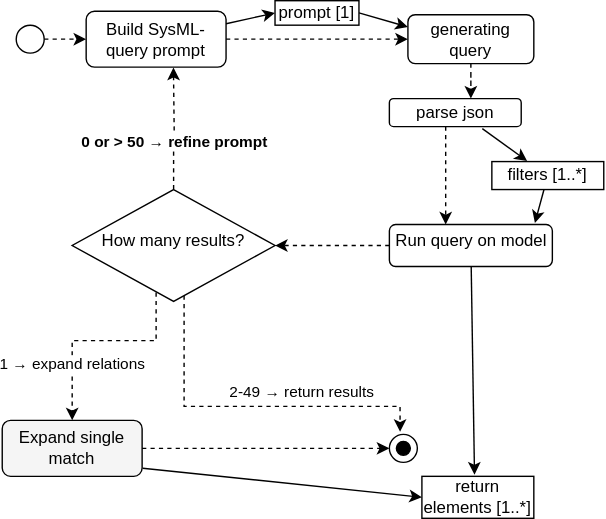
This is chatbot_workflow_diagrams/new/SZAKDOGA_FILTER.drawio.svg from ernyei13/TMT_chatbot_new, a draw.io export, as it was before one commit. Source tidied: cells renumbered, new cells last; positions are measured from the earlier drawing's top-left corner, leaving out a move shared by most shapes.
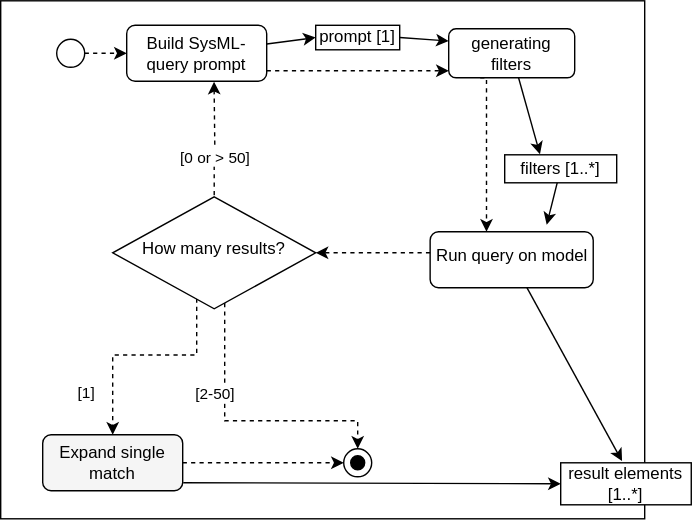
Later version of the same file.

What changed in the source:
```diff
@@ -2,11 +2,19 @@
   <root>
     <mxCell id="0" />
     <mxCell id="1" parent="0" />
+    <mxCell id="31" style="rounded=0;whiteSpace=wrap;html=1;fillColor=none;" parent="1" vertex="1">
+      <mxGeometry x="-30" y="-10" width="460" height="370" as="geometry" />
+    </mxCell>
     <mxCell id="2" style="rounded=0;jettySize=auto;html=1;entryX=0;entryY=0.5;entryDx=0;entryDy=0;exitX=1;exitY=0.5;exitDx=0;exitDy=0;dashed=1;" parent="1" edge="1" source="22" target="5">
       <mxGeometry relative="1" as="geometry" />
     </mxCell>
     <mxCell id="3" style="edgeStyle=orthogonalEdgeStyle;rounded=0;jettySize=auto;html=1;dashed=1;" parent="1" edge="1" source="5" target="6">
-      <mxGeometry relative="1" as="geometry" />
+      <mxGeometry relative="1" as="geometry">
+        <Array as="points">
+          <mxPoint x="220" y="40" />
+          <mxPoint x="220" y="40" />
+        </Array>
+      </mxGeometry>
     </mxCell>
     <mxCell id="4" style="rounded=0;jettySize=auto;html=1;entryX=0;entryY=0.5;entryDx=0;entryDy=0;" parent="1" edge="1" source="5" target="30">
       <mxGeometry relative="1" as="geometry" />
@@ -14,31 +22,32 @@
     <mxCell id="5" value="Build SysML-query prompt" style="rounded=1;whiteSpace=wrap;html=1;fillColor=none;" parent="1" vertex="1">
       <mxGeometry x="60" y="7.5" width="100" height="40" as="geometry" />
     </mxCell>
-    <mxCell id="6" value="generating query" style="rounded=1;whiteSpace=wrap;html=1;fillColor=none;" parent="1" vertex="1">
+    <mxCell id="6" value="generating filters" style="rounded=1;whiteSpace=wrap;html=1;fillColor=none;" parent="1" vertex="1">
       <mxGeometry x="290" y="10" width="90" height="35" as="geometry" />
     </mxCell>
-    <mxCell id="7" style="edgeStyle=orthogonalEdgeStyle;rounded=0;jettySize=auto;html=1;dashed=1;" parent="1" edge="1" source="9" target="11">
+    <mxCell id="7" style="edgeStyle=orthogonalEdgeStyle;rounded=0;jettySize=auto;html=1;dashed=1;exitX=0.25;exitY=1;exitDx=0;exitDy=0;" parent="1" edge="1" source="6" target="11">
       <mxGeometry relative="1" as="geometry">
         <Array as="points">
-          <mxPoint x="317" y="140" />
-          <mxPoint x="317" y="140" />
+          <mxPoint x="317" y="45" />
         </Array>
       </mxGeometry>
     </mxCell>
-    <mxCell id="8" style="rounded=0;jettySize=auto;html=1;entryX=0.315;entryY=-0.02;entryDx=0;entryDy=0;entryPerimeter=0;exitX=0.705;exitY=1.07;exitDx=0;exitDy=0;exitPerimeter=0;" parent="1" edge="1" source="9" target="23">
+    <mxCell id="8" style="rounded=0;jettySize=auto;html=1;entryX=0.315;entryY=-0.02;entryDx=0;entryDy=0;entryPerimeter=0;" parent="1" edge="1" source="6" target="23">
       <mxGeometry relative="1" as="geometry" />
     </mxCell>
-    <mxCell id="9" value="parse json" style="rounded=1;whiteSpace=wrap;html=1;fillColor=none;" parent="1" vertex="1">
-      <mxGeometry x="276.7" y="70" width="94.2" height="20" as="geometry" />
-    </mxCell>
     <mxCell id="10" style="rounded=0;jettySize=auto;html=1;entryX=0.47;entryY=-0.04;entryDx=0;entryDy=0;entryPerimeter=0;" parent="1" edge="1" source="11" target="25">
       <mxGeometry relative="1" as="geometry" />
     </mxCell>
     <mxCell id="11" value="&lt;table&gt;&lt;tbody&gt;&lt;tr&gt;&lt;td&gt;&lt;span&gt;Run query on model&lt;/span&gt;&lt;/td&gt;&lt;/tr&gt;&lt;/tbody&gt;&lt;/table&gt;&lt;table&gt;&lt;tbody&gt;&lt;tr&gt;&lt;td&gt;&lt;/td&gt;&lt;/tr&gt;&lt;/tbody&gt;&lt;/table&gt;" style="rounded=1;whiteSpace=wrap;html=1;fillColor=none;" parent="1" vertex="1">
-      <mxGeometry x="276.8" y="160" width="116.5" height="30" as="geometry" />
+      <mxGeometry x="276.7" y="155" width="116.5" height="40" as="geometry" />
     </mxCell>
     <mxCell id="12" style="edgeStyle=orthogonalEdgeStyle;rounded=0;jettySize=auto;html=1;entryX=1;entryY=0.5;entryDx=0;entryDy=0;dashed=1;" parent="1" edge="1" source="11" target="19">
-      <mxGeometry relative="1" as="geometry" />
+      <mxGeometry relative="1" as="geometry">
+        <Array as="points">
+          <mxPoint x="220" y="170" />
+          <mxPoint x="220" y="170" />
+        </Array>
+      </mxGeometry>
     </mxCell>
     <mxCell id="13" style="edgeStyle=orthogonalEdgeStyle;rounded=0;jettySize=auto;html=1;dashed=1;entryX=0.624;entryY=1.008;entryDx=0;entryDy=0;entryPerimeter=0;" parent="1" edge="1" target="5">
       <mxGeometry relative="1" as="geometry">
@@ -51,7 +60,7 @@
         </Array>
       </mxGeometry>
     </mxCell>
-    <mxCell id="14" value="&lt;strong&gt;0 or &amp;gt; 50 → refine prompt&lt;/strong&gt;" style="edgeLabel;html=1;align=center;verticalAlign=middle;" parent="13" vertex="1">
+    <mxCell id="14" value="&lt;span&gt;[0 or &amp;gt; 50]&lt;/span&gt;" style="edgeLabel;html=1;align=center;verticalAlign=middle;" parent="13" vertex="1">
       <mxGeometry x="-0.31" y="-4" relative="1" as="geometry">
         <mxPoint x="-4" y="-12" as="offset" />
       </mxGeometry>
@@ -65,26 +74,27 @@
         </Array>
       </mxGeometry>
     </mxCell>
-    <mxCell id="16" value="1 → expand relations" style="edgeLabel;html=1;align=center;verticalAlign=middle;" parent="15" vertex="1">
+    <mxCell id="16" value="[1]" style="edgeLabel;html=1;align=center;verticalAlign=middle;" parent="15" vertex="1">
       <mxGeometry x="0.35" relative="1" as="geometry">
-        <mxPoint y="11" as="offset" />
+        <mxPoint x="-20" y="21" as="offset" />
       </mxGeometry>
     </mxCell>
-    <mxCell id="17" style="edgeStyle=orthogonalEdgeStyle;rounded=0;jettySize=auto;html=1;dashed=1;entryX=0.383;entryY=-0.09;entryDx=0;entryDy=0;entryPerimeter=0;" parent="1" edge="1" source="19" target="27">
+    <mxCell id="17" style="edgeStyle=orthogonalEdgeStyle;rounded=0;jettySize=auto;html=1;dashed=1;entryX=0.5;entryY=0;entryDx=0;entryDy=0;entryPerimeter=0;" parent="1" edge="1" source="19" target="27">
       <mxGeometry relative="1" as="geometry">
         <Array as="points">
           <mxPoint x="130" y="290" />
-          <mxPoint x="284" y="290" />
+          <mxPoint x="225" y="290" />
+          <mxPoint x="225" y="310" />
         </Array>
       </mxGeometry>
     </mxCell>
-    <mxCell id="18" value="2-49 → return results" style="edgeLabel;html=1;align=center;verticalAlign=middle;" parent="17" vertex="1">
+    <mxCell id="18" value="[2-50]" style="edgeLabel;html=1;align=center;verticalAlign=middle;" parent="17" vertex="1">
       <mxGeometry x="0.22" relative="1" as="geometry">
-        <mxPoint x="9" y="-10" as="offset" />
+        <mxPoint x="-45" y="-20" as="offset" />
       </mxGeometry>
     </mxCell>
     <mxCell id="19" value="&lt;table&gt;&lt;tbody&gt;&lt;tr&gt;&lt;td&gt;How many results?&lt;table style=&quot;background-color: transparent; color: light-dark(rgb(0, 0, 0), rgb(255, 255, 255));&quot;&gt;&lt;tbody&gt;&lt;tr&gt;&lt;td&gt;&lt;/td&gt;&lt;/tr&gt;&lt;/tbody&gt;&lt;/table&gt;&lt;/td&gt;&lt;/tr&gt;&lt;/tbody&gt;&lt;/table&gt;" style="rhombus;whiteSpace=wrap;html=1;" parent="1" vertex="1">
-      <mxGeometry x="50" y="135" width="145" height="80" as="geometry" />
+      <mxGeometry x="50" y="130" width="145" height="80" as="geometry" />
     </mxCell>
     <mxCell id="20" style="rounded=0;jettySize=auto;html=1;entryX=0;entryY=0.5;entryDx=0;entryDy=0;exitX=1.004;exitY=0.855;exitDx=0;exitDy=0;exitPerimeter=0;" parent="1" edge="1" source="21" target="25">
       <mxGeometry relative="1" as="geometry" />
@@ -96,19 +106,18 @@
       <mxGeometry x="10" y="17.5" width="20" height="20" as="geometry" />
     </mxCell>
     <mxCell id="23" value="filters [1..*]" style="rounded=0;whiteSpace=wrap;html=1;" parent="1" vertex="1">
-      <mxGeometry x="350" y="115" width="80" height="20" as="geometry" />
+      <mxGeometry x="330" y="100" width="80" height="20" as="geometry" />
     </mxCell>
-    <mxCell id="24" style="rounded=0;jettySize=auto;html=1;entryX=0.893;entryY=-0.036;entryDx=0;entryDy=0;entryPerimeter=0;" parent="1" edge="1" source="23" target="11">
-      <mxGeometry relative="1" as="geometry" />
+    <mxCell id="24" style="rounded=0;jettySize=auto;html=1;" parent="1" edge="1" source="23">
+      <mxGeometry relative="1" as="geometry">
+        <mxPoint x="360" y="150" as="targetPoint" />
+      </mxGeometry>
     </mxCell>
-    <mxCell id="25" value="return elements [1..*]" style="rounded=0;whiteSpace=wrap;html=1;" parent="1" vertex="1">
-      <mxGeometry x="300" y="340" width="80" height="30" as="geometry" />
+    <mxCell id="25" value="result elements [1..*]" style="rounded=0;whiteSpace=wrap;html=1;fillStyle=solid;" parent="1" vertex="1">
+      <mxGeometry x="370" y="320" width="93.3" height="30" as="geometry" />
     </mxCell>
-    <mxCell id="26" style="edgeStyle=orthogonalEdgeStyle;rounded=0;jettySize=auto;html=1;entryX=0.618;entryY=0;entryDx=0;entryDy=0;entryPerimeter=0;dashed=1;" parent="1" edge="1" source="6" target="9">
-      <mxGeometry relative="1" as="geometry" />
-    </mxCell>
     <mxCell id="27" style="shape=mxgraph.sysml.actFinal;html=1;verticalLabelPosition=bottom;labelBackgroundColor=#ffffff;verticalAlign=top;" parent="1" vertex="1">
-      <mxGeometry x="276.7" y="310" width="20" height="20" as="geometry" />
+      <mxGeometry x="215" y="310" width="20" height="20" as="geometry" />
     </mxCell>
     <mxCell id="28" style="edgeStyle=orthogonalEdgeStyle;rounded=0;jettySize=auto;html=1;entryX=0;entryY=0.5;entryDx=0;entryDy=0;entryPerimeter=0;dashed=1;" parent="1" edge="1" source="21" target="27">
       <mxGeometry relative="1" as="geometry">
@@ -122,7 +131,7 @@
       <mxGeometry relative="1" as="geometry" />
     </mxCell>
     <mxCell id="30" value="prompt [1]" style="rounded=0;whiteSpace=wrap;html=1;" parent="1" vertex="1">
-      <mxGeometry x="195" width="60" height="17.5" as="geometry" />
+      <mxGeometry x="195" y="7.5" width="60" height="17.5" as="geometry" />
     </mxCell>
   </root>
 </mxGraphModel>
```
